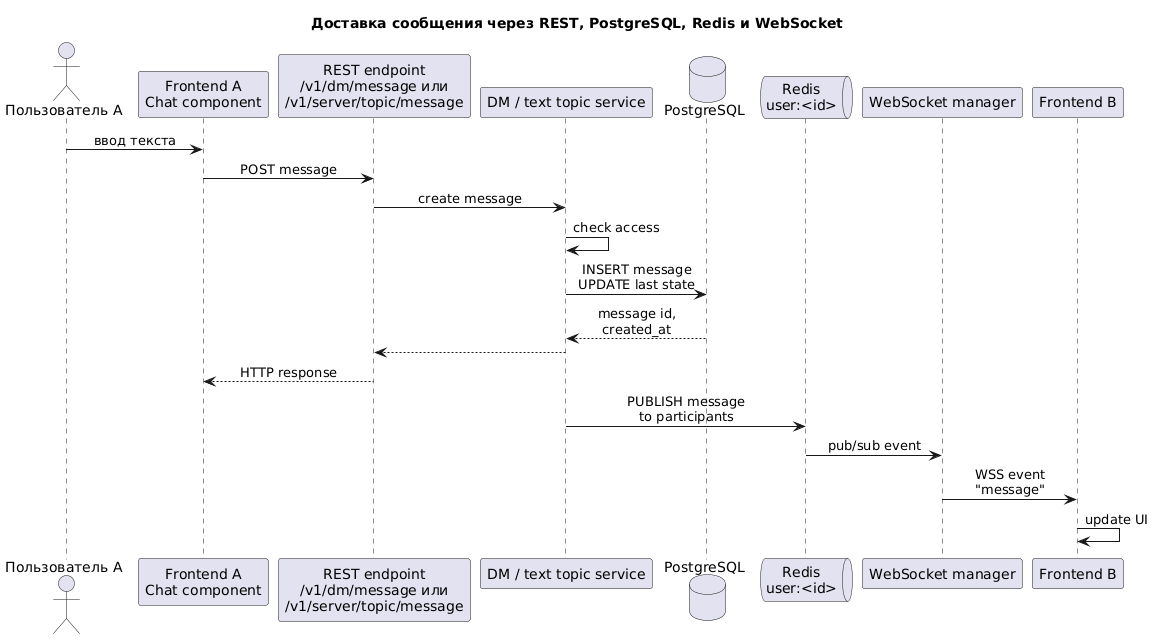
Earlier version of the PlantUML export docs/vkr/graphics/chattery_message_delivery.png (prev0id/chattery). Its diagram source:
```plantuml
@startuml
title Доставка сообщения через REST, PostgreSQL, Redis и WebSocket

skinparam shadowing false
skinparam sequenceMessageAlign center
skinparam maxMessageSize 120

actor "Пользователь A" as user_a
participant "Frontend A\nChat component" as frontend_a
participant "REST endpoint\n/v1/dm/message или\n/v1/server/topic/message" as api
participant "DM / text topic service" as service
database "PostgreSQL" as postgres
queue "Redis\nuser:<id>" as redis
participant "WebSocket manager" as ws_manager
participant "Frontend B" as frontend_b

user_a -> frontend_a : ввод текста
frontend_a -> api : POST message
api -> service : create message
service -> service : check access
service -> postgres : INSERT message\nUPDATE last state
postgres --> service : message id, created_at
service --> api
api --> frontend_a : HTTP response
service -> redis : PUBLISH message\nto participants
redis -> ws_manager : pub/sub event
ws_manager -> frontend_b : WSS event "message"
frontend_b -> frontend_b : update UI
@enduml
```
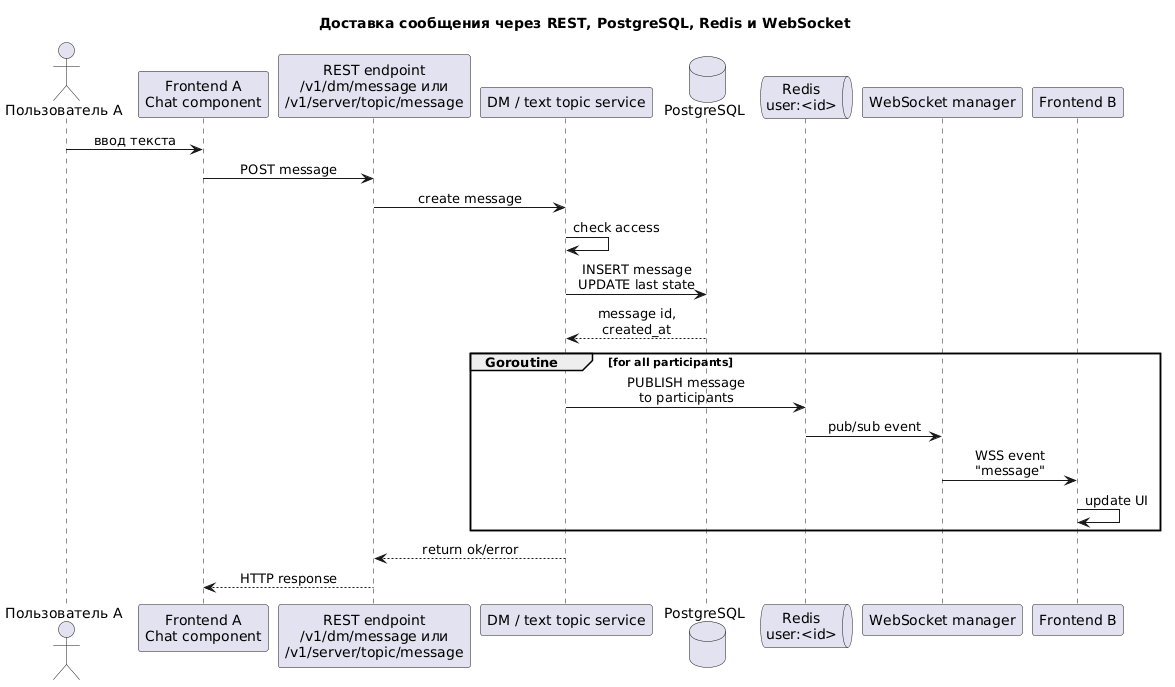
The same diagram one commit later.

Commit message:
docs: update title and message delivery png

What changed in the source:
```diff
@@ -20,10 +20,12 @@
 service -> service : check access
 service -> postgres : INSERT message\nUPDATE last state
 postgres --> service : message id, created_at
-service --> api
+group Goroutine [for all participants]
+    service -> redis : PUBLISH message\nto participants
+    redis -> ws_manager : pub/sub event
+    ws_manager -> frontend_b : WSS event "message"
+    frontend_b -> frontend_b : update UI
+end
+service --> api : return ok/error
 api --> frontend_a : HTTP response
-service -> redis : PUBLISH message\nto participants
-redis -> ws_manager : pub/sub event
-ws_manager -> frontend_b : WSS event "message"
-frontend_b -> frontend_b : update UI
 @enduml
```
